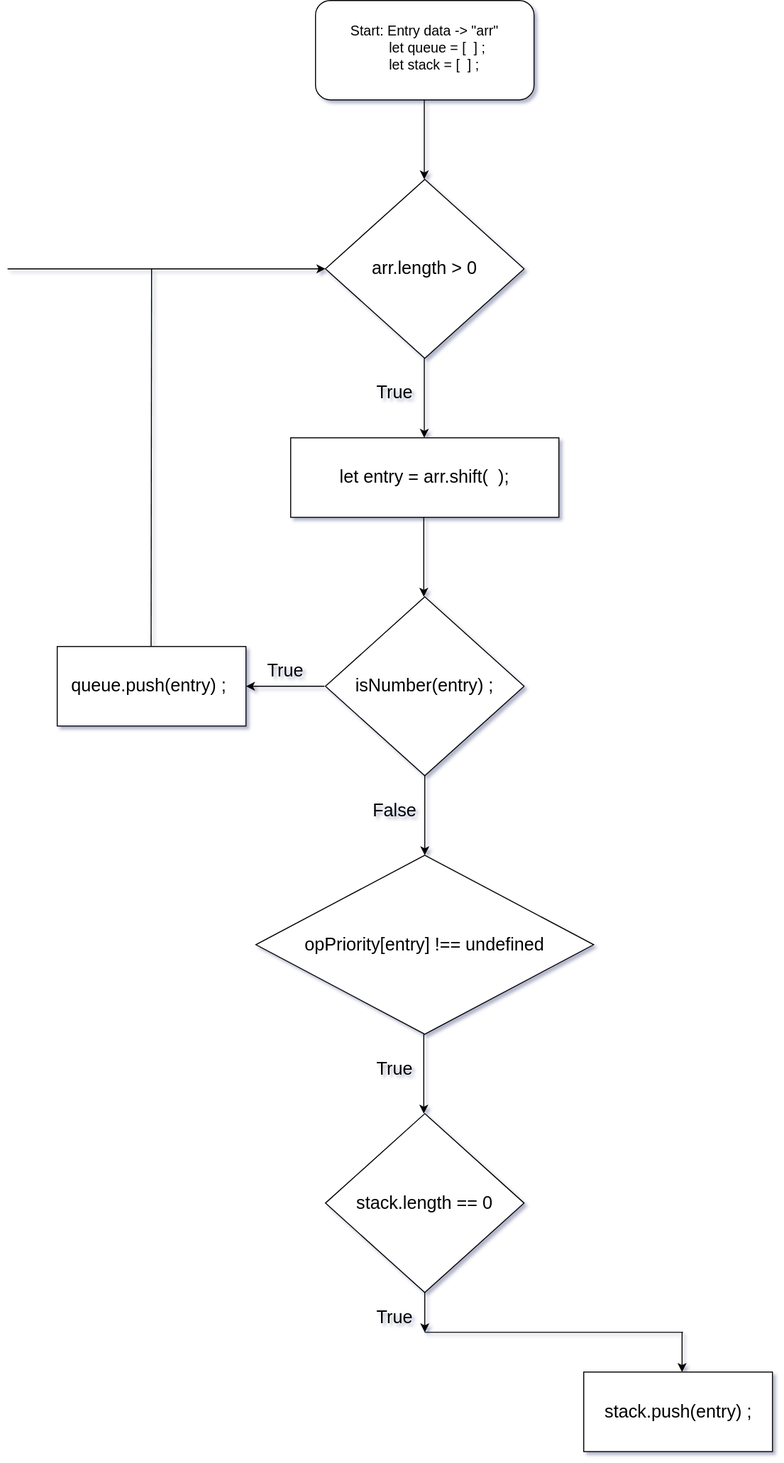
Above: Untitled Diagram.drawio.svg in jcgm3205/jcgm3205 (draw.io), before the change. Source tidied: cells renumbered, new cells last; positions are measured from the earlier drawing's top-left corner, leaving out a move shared by most shapes.
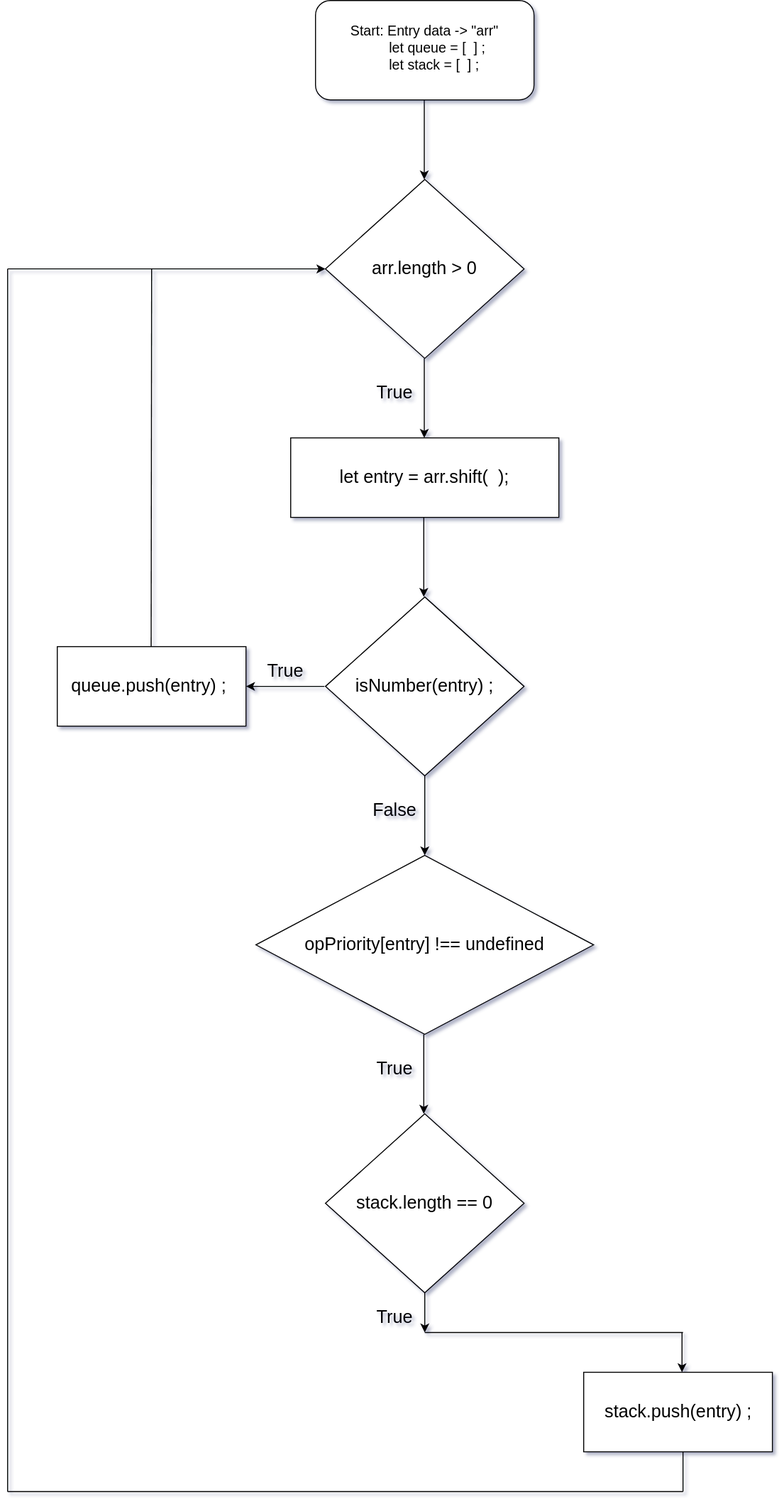
Above is the later version.

What changed in the source:
```diff
@@ -127,5 +127,23 @@
     <mxCell id="33" value="stack.push(entry) ;" style="text;html=1;align=center;verticalAlign=middle;strokeColor=none;fillColor=none;fontSize=18;" parent="1" vertex="1">
       <mxGeometry x="595" y="1405" width="160" height="30" as="geometry" />
     </mxCell>
+    <mxCell id="34" style="endArrow=none;html=1;rounded=0;fontSize=18;exitX=0.5;exitY=1;exitDx=0;exitDy=0;" parent="1" edge="1">
+      <mxGeometry relative="1" as="geometry">
+        <mxPoint x="680" y="1460" as="sourcePoint" />
+        <mxPoint x="680" y="1500" as="targetPoint" />
+      </mxGeometry>
+    </mxCell>
+    <mxCell id="35" style="endArrow=none;html=1;rounded=0;fontSize=18;" parent="1" edge="1">
+      <mxGeometry relative="1" as="geometry">
+        <mxPoint y="1500" as="sourcePoint" />
+        <mxPoint x="680" y="1500" as="targetPoint" />
+      </mxGeometry>
+    </mxCell>
+    <mxCell id="36" style="endArrow=none;html=1;rounded=0;fontSize=18;" parent="1" edge="1">
+      <mxGeometry relative="1" as="geometry">
+        <mxPoint y="1500" as="sourcePoint" />
+        <mxPoint y="270" as="targetPoint" />
+      </mxGeometry>
+    </mxCell>
   </root>
 </mxGraphModel>
```
